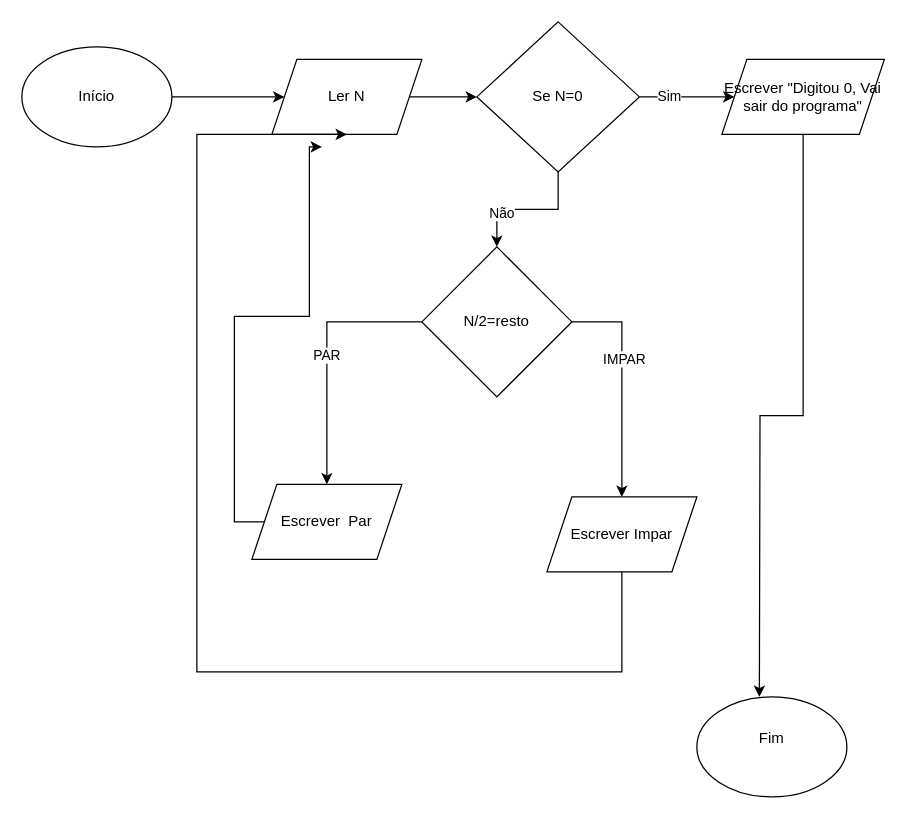
This is FLUXO 8 (par ou impar).drawio from Rato0101/Fluxogramas, a draw.io file, before an edit. Source tidied: cells renumbered, new cells numbered last; positions are measured from the earlier drawing's top-left corner, leaving out a move shared by most shapes. Both pictures are drawn from the tidied source at 125%, with x=0, y=0 at pixel (21, 21).
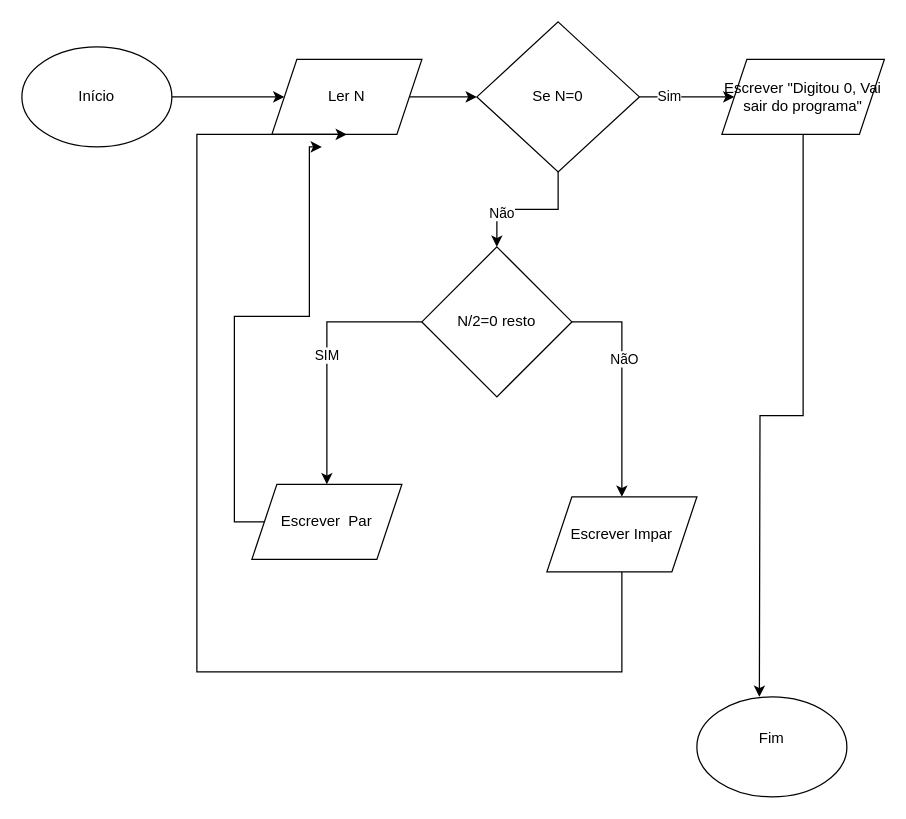
Above is the later version.

Unchanged cells that the change refers to:
```xml
<mxCell id="8" style="edgeStyle=orthogonalEdgeStyle;rounded=0;jettySize=auto;html=1;exitX=1;exitY=0.5;exitDx=0;exitDy=0;" parent="1" edge="1" source="14" target="13">
  <mxGeometry relative="1" as="geometry" />
</mxCell>
<mxCell id="11" value="Escrever&amp;nbsp; Par" style="shape=parallelogram;perimeter=parallelogramPerimeter;whiteSpace=wrap;html=1;shapeInside=1;fixedSize=1;" parent="1" vertex="1">
  <mxGeometry x="184" y="370" width="120" height="60" as="geometry" />
</mxCell>
```

Diff of the diagram source:
```diff
@@
-    <mxCell id="7" value="PAR" style="edgeStyle=orthogonalEdgeStyle;rounded=0;jettySize=auto;html=1;exitX=0;exitY=0.5;exitDx=0;exitDy=0;" parent="1" edge="1" source="14" target="11">
+    <mxCell id="7" value="SIM" style="edgeStyle=orthogonalEdgeStyle;rounded=0;jettySize=auto;html=1;exitX=0;exitY=0.5;exitDx=0;exitDy=0;" parent="1" edge="1" source="14" target="11">
       <mxGeometry relative="1" as="geometry" />
     </mxCell>
@@
-    <mxCell id="9" value="IMPAR" style="edgeLabel;html=1;align=center;verticalAlign=middle;" parent="8" vertex="1">
+    <mxCell id="9" value="NãO" style="edgeLabel;html=1;align=center;verticalAlign=middle;" parent="8" vertex="1">
       <mxGeometry x="-0.23" y="1" relative="1" as="geometry" />
     </mxCell>
@@
-    <mxCell id="14" value="N/2=resto" style="rhombus;whiteSpace=wrap;html=1;shapeInside=1;" parent="1" vertex="1">
+    <mxCell id="14" value="N/2=0&amp;nbsp;&lt;span style=&quot;text-decoration-line: inherit; background-color: transparent; color: light-dark(rgb(0, 0, 0), rgb(255, 255, 255));&quot;&gt;resto&lt;/span&gt;" style="rhombus;whiteSpace=wrap;html=1;shapeInside=1;" parent="1" vertex="1">
       <mxGeometry x="320" y="180" width="120" height="120" as="geometry" />
     </mxCell>
```
